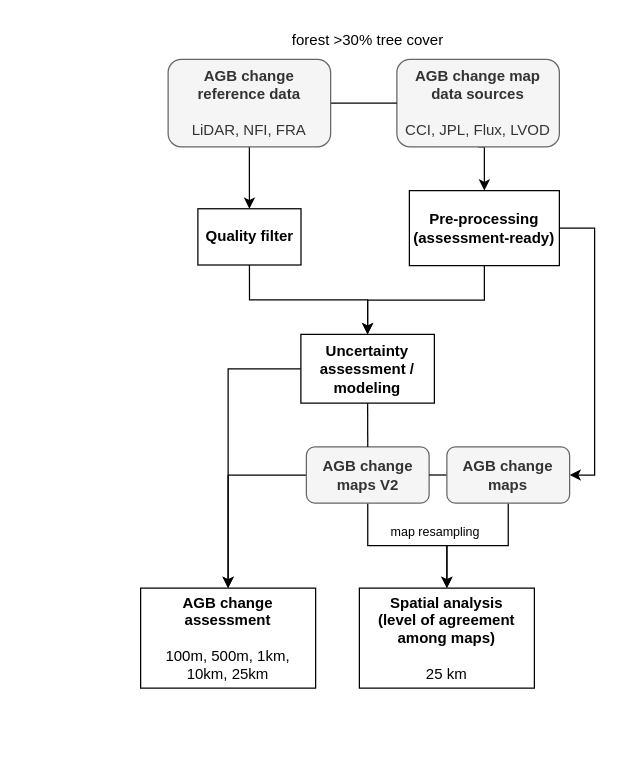
arnanaraza/diagrams keeps this draw.io diagram as paper2.drawio. Above is the earlier version. Source tidied: cells renumbered, new cells numbered last; positions are measured from the earlier drawing's top-left corner, leaving out a move shared by most shapes. Both pictures are drawn from the tidied source at 125%, with x=0, y=0 at pixel (140, 21).
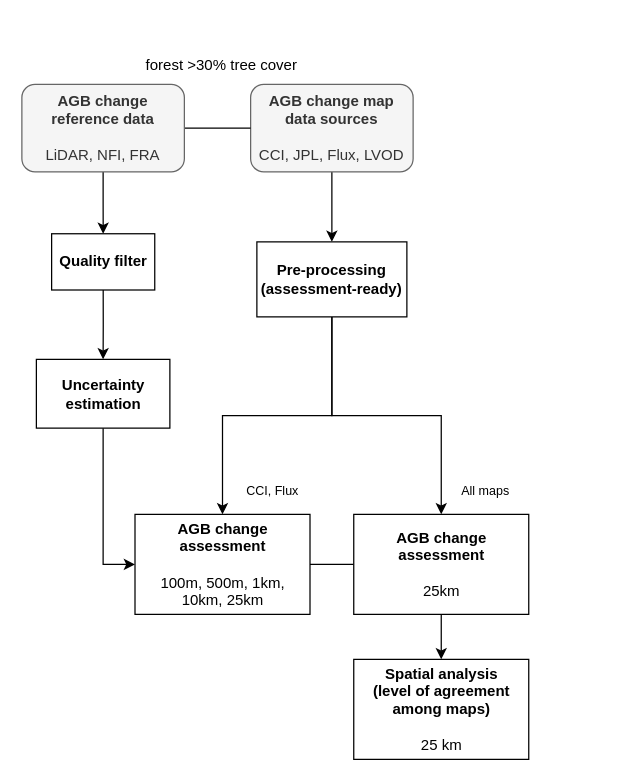
The same page after the edit.

The edit, as a diff of the source:
```diff
@@
     <mxCell id="3" value="&lt;b&gt;AGB change map data sources&lt;br&gt;&lt;/b&gt;&lt;br&gt;CCI, JPL, Flux, LVOD&lt;span style=&quot;font-family: &amp;#34;helvetica&amp;#34;&quot;&gt;&lt;br&gt;&lt;/span&gt;" style="rounded=1;whiteSpace=wrap;html=1;fillColor=#f5f5f5;fontColor=#333333;strokeColor=#666666;" parent="1" vertex="1">
-      <mxGeometry x="205" y="30" width="130" height="70" as="geometry" />
+      <mxGeometry x="88" y="50" width="130" height="70" as="geometry" />
     </mxCell>
-    <mxCell id="4" style="edgeStyle=orthogonalEdgeStyle;rounded=0;jettySize=auto;html=1;exitX=0.5;exitY=1;exitDx=0;exitDy=0;entryX=0.5;entryY=0;entryDx=0;entryDy=0;fontSize=10;endArrow=classic;endFill=1;" parent="1" edge="1" source="6" target="9">
-      <mxGeometry relative="1" as="geometry" />
-    </mxCell>
-    <mxCell id="5" style="edgeStyle=orthogonalEdgeStyle;rounded=0;jettySize=auto;html=1;exitX=0;exitY=0.5;exitDx=0;exitDy=0;entryX=0.5;entryY=0;entryDx=0;entryDy=0;fontSize=10;endArrow=classic;endFill=1;" parent="1" edge="1" source="6" target="7">
-      <mxGeometry relative="1" as="geometry" />
-    </mxCell>
-    <mxCell id="6" value="&lt;b&gt;AGB change maps V2&lt;br&gt;&lt;/b&gt;" style="rounded=1;whiteSpace=wrap;html=1;fillColor=#f5f5f5;strokeColor=#666666;fontColor=#333333;" parent="1" vertex="1">
-      <mxGeometry x="132.6" y="340" width="98.2" height="45" as="geometry" />
-    </mxCell>
+    <mxCell id="25" style="edgeStyle=orthogonalEdgeStyle;rounded=0;jettySize=auto;html=1;exitX=1;exitY=0.5;exitDx=0;exitDy=0;entryX=0;entryY=0.5;entryDx=0;entryDy=0;fontSize=10;endArrow=none;endFill=0;" parent="1" edge="1" source="7" target="9">
+      <mxGeometry relative="1" as="geometry" />
+    </mxCell>
     <mxCell id="7" value="&lt;b&gt;AGB change assessment&lt;/b&gt;&lt;br&gt;&lt;br&gt;100m, 500m, 1km, &lt;br&gt;10km, 25km" style="rounded=0;whiteSpace=wrap;html=1;" parent="1" vertex="1">
-      <mxGeometry y="453" width="140" height="80" as="geometry" />
+      <mxGeometry x="-4.5" y="394" width="140" height="80" as="geometry" />
     </mxCell>
     <mxCell id="8" value="forest &amp;gt;30% tree cover" style="text;html=1;strokeColor=none;fillColor=none;align=center;verticalAlign=middle;whiteSpace=wrap;rounded=0;" parent="1" vertex="1">
-      <mxGeometry x="82.9" width="197.5" height="30" as="geometry" />
+      <mxGeometry x="-34.1" y="20" width="197.5" height="30" as="geometry" />
     </mxCell>
+    <mxCell id="26" style="edgeStyle=orthogonalEdgeStyle;rounded=0;jettySize=auto;html=1;exitX=0.5;exitY=1;exitDx=0;exitDy=0;entryX=0.5;entryY=0;entryDx=0;entryDy=0;fontSize=10;" parent="1" edge="1" source="9" target="29">
+      <mxGeometry relative="1" as="geometry" />
+    </mxCell>
-    <mxCell id="9" value="&lt;b&gt;Spatial analysis &lt;br&gt;(level of agreement among maps)&lt;br&gt;&lt;/b&gt;&lt;br&gt;25 km" style="rounded=0;whiteSpace=wrap;html=1;" parent="1" vertex="1">
-      <mxGeometry x="175" y="453" width="140" height="80" as="geometry" />
+    <mxCell id="9" value="&lt;b&gt;AGB change assessment&lt;/b&gt;&lt;br&gt;&lt;br&gt;25km" style="rounded=0;whiteSpace=wrap;html=1;" parent="1" vertex="1">
+      <mxGeometry x="170.5" y="394" width="140" height="80" as="geometry" />
     </mxCell>
@@
     <mxCell id="12" value="&lt;b style=&quot;font-family: &amp;#34;helvetica&amp;#34;&quot;&gt;AGB change reference data&lt;/b&gt;&lt;br style=&quot;font-family: &amp;#34;helvetica&amp;#34;&quot;&gt;&lt;br style=&quot;font-family: &amp;#34;helvetica&amp;#34;&quot;&gt;&lt;span style=&quot;font-family: &amp;#34;helvetica&amp;#34;&quot;&gt;LiDAR, NFI, FRA&lt;/span&gt;" style="rounded=1;whiteSpace=wrap;html=1;shadow=0;glass=0;sketch=0;fillColor=#f5f5f5;fontColor=#333333;strokeColor=#666666;" parent="1" vertex="1">
-      <mxGeometry x="22" y="30" width="130" height="70" as="geometry" />
+      <mxGeometry x="-95" y="50" width="130" height="70" as="geometry" />
     </mxCell>
-    <mxCell id="13" style="edgeStyle=orthogonalEdgeStyle;rounded=0;jettySize=auto;html=1;exitX=0;exitY=0.5;exitDx=0;exitDy=0;entryX=0.5;entryY=0;entryDx=0;entryDy=0;" parent="1" edge="1" source="15" target="7">
+    <mxCell id="13" style="edgeStyle=orthogonalEdgeStyle;rounded=0;jettySize=auto;html=1;exitX=0.5;exitY=1;exitDx=0;exitDy=0;entryX=0;entryY=0.5;entryDx=0;entryDy=0;" parent="1" edge="1" source="15" target="7">
       <mxGeometry relative="1" as="geometry" />
     </mxCell>
-    <mxCell id="14" style="edgeStyle=orthogonalEdgeStyle;rounded=0;jettySize=auto;html=1;exitX=0.5;exitY=1;exitDx=0;exitDy=0;entryX=0.5;entryY=0;entryDx=0;entryDy=0;fontSize=10;endArrow=none;endFill=0;" parent="1" edge="1" source="15" target="6">
-      <mxGeometry relative="1" as="geometry" />
-    </mxCell>
-    <mxCell id="15" value="&lt;b&gt;Uncertainty assessment / modeling&lt;/b&gt;" style="rounded=0;whiteSpace=wrap;html=1;" parent="1" vertex="1">
-      <mxGeometry x="128.2" y="250" width="106.8" height="55" as="geometry" />
+    <mxCell id="15" value="&lt;b&gt;Uncertainty estimation&lt;/b&gt;" style="rounded=0;whiteSpace=wrap;html=1;" parent="1" vertex="1">
+      <mxGeometry x="-83.4" y="270" width="106.8" height="55" as="geometry" />
     </mxCell>
@@
     <mxCell id="17" value="&lt;b&gt;Quality filter&lt;/b&gt;" style="rounded=0;whiteSpace=wrap;html=1;" parent="1" vertex="1">
-      <mxGeometry x="45.8" y="149.5" width="82.5" height="45" as="geometry" />
+      <mxGeometry x="-71.2" y="169.5" width="82.5" height="45" as="geometry" />
     </mxCell>
-    <mxCell id="18" style="edgeStyle=orthogonalEdgeStyle;rounded=0;jettySize=auto;html=1;exitX=0.5;exitY=1;exitDx=0;exitDy=0;entryX=0.5;entryY=0;entryDx=0;entryDy=0;" parent="1" edge="1" source="20" target="15">
-      <mxGeometry relative="1" as="geometry" />
-    </mxCell>
-    <mxCell id="19" style="edgeStyle=orthogonalEdgeStyle;rounded=0;jettySize=auto;html=1;exitX=1;exitY=0.5;exitDx=0;exitDy=0;entryX=1;entryY=0.5;entryDx=0;entryDy=0;fontSize=10;endArrow=classic;endFill=1;" parent="1" edge="1" source="20" target="23">
-      <mxGeometry relative="1" as="geometry" />
-    </mxCell>
+    <mxCell id="27" style="edgeStyle=orthogonalEdgeStyle;rounded=0;jettySize=auto;html=1;exitX=0.5;exitY=1;exitDx=0;exitDy=0;entryX=0.5;entryY=0;entryDx=0;entryDy=0;" parent="1" edge="1" source="20" target="9">
+      <mxGeometry relative="1" as="geometry" />
+    </mxCell>
+    <mxCell id="28" style="edgeStyle=orthogonalEdgeStyle;rounded=0;jettySize=auto;html=1;exitX=0.5;exitY=1;exitDx=0;exitDy=0;entryX=0.5;entryY=0;entryDx=0;entryDy=0;" parent="1" edge="1" source="20" target="7">
+      <mxGeometry relative="1" as="geometry" />
+    </mxCell>
     <mxCell id="20" value="&lt;b&gt;Pre-processing (assessment-ready)&lt;/b&gt;" style="rounded=0;whiteSpace=wrap;html=1;" parent="1" vertex="1">
-      <mxGeometry x="215" y="135" width="120" height="60" as="geometry" />
+      <mxGeometry x="93" y="176" width="120" height="60" as="geometry" />
     </mxCell>
-    <mxCell id="21" style="edgeStyle=orthogonalEdgeStyle;rounded=0;jettySize=auto;html=1;exitX=0.5;exitY=1;exitDx=0;exitDy=0;entryX=0.5;entryY=0;entryDx=0;entryDy=0;fontSize=10;endArrow=classic;endFill=1;" parent="1" edge="1" source="23" target="9">
-      <mxGeometry relative="1" as="geometry" />
-    </mxCell>
-    <mxCell id="22" style="edgeStyle=orthogonalEdgeStyle;rounded=0;jettySize=auto;html=1;exitX=0;exitY=0.5;exitDx=0;exitDy=0;entryX=1;entryY=0.5;entryDx=0;entryDy=0;fontSize=10;endArrow=none;endFill=0;" parent="1" edge="1" source="23" target="6">
-      <mxGeometry relative="1" as="geometry" />
-    </mxCell>
-    <mxCell id="23" value="&lt;b&gt;AGB change maps&lt;br&gt;&lt;/b&gt;" style="rounded=1;whiteSpace=wrap;html=1;fillColor=#f5f5f5;strokeColor=#666666;fontColor=#333333;" parent="1" vertex="1">
-      <mxGeometry x="245" y="340" width="98.2" height="45" as="geometry" />
-    </mxCell>
-    <mxCell id="24" value="&lt;font style=&quot;font-size: 10px&quot;&gt;map resampling&lt;/font&gt;" style="text;html=1;strokeColor=none;fillColor=none;align=center;verticalAlign=middle;whiteSpace=wrap;rounded=0;fontSize=8;" parent="1" vertex="1">
-      <mxGeometry x="176" y="407" width="120" as="geometry" />
-    </mxCell>
+    <mxCell id="29" value="&lt;b&gt;Spatial analysis &lt;br&gt;(level of agreement among maps)&lt;br&gt;&lt;/b&gt;&lt;br&gt;25 km" style="rounded=0;whiteSpace=wrap;html=1;" parent="1" vertex="1">
+      <mxGeometry x="170.5" y="510" width="140" height="80" as="geometry" />
+    </mxCell>
+    <mxCell id="30" value="&lt;span style=&quot;font-size: 10px;&quot;&gt;All maps&lt;/span&gt;" style="text;html=1;strokeColor=none;fillColor=none;align=left;verticalAlign=middle;whiteSpace=wrap;rounded=0;" parent="1" vertex="1">
+      <mxGeometry x="255" y="360" width="110" height="30" as="geometry" />
+    </mxCell>
+    <mxCell id="31" value="&lt;span style=&quot;font-size: 10px;&quot;&gt;CCI, Flux&lt;/span&gt;" style="text;html=1;strokeColor=none;fillColor=none;align=left;verticalAlign=middle;whiteSpace=wrap;rounded=0;" parent="1" vertex="1">
+      <mxGeometry x="83" y="360" width="110" height="30" as="geometry" />
+    </mxCell>
```
